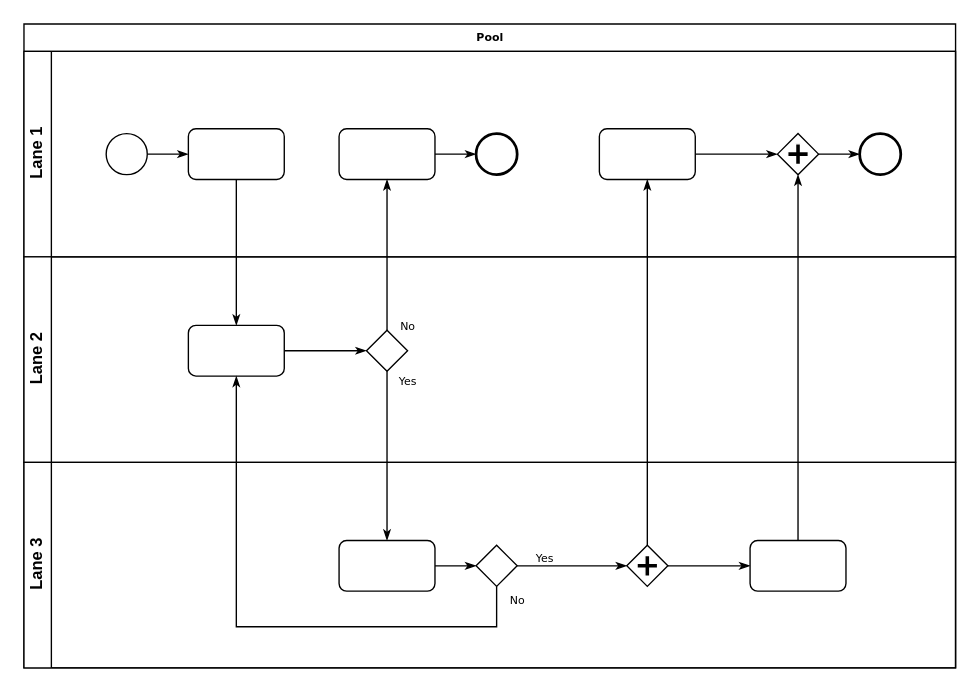
Before: dashboard/Untitled Diagram.drawio in JohannaRangel/FinalProject_YelpGoogleMaps, a draw.io diagram. Source tidied: cells renumbered, new cells numbered last; positions are measured from the earlier drawing's top-left corner, leaving out a move shared by most shapes. Both pictures are drawn from the tidied source at 137%, with x=0, y=0 at pixel (23, 23).
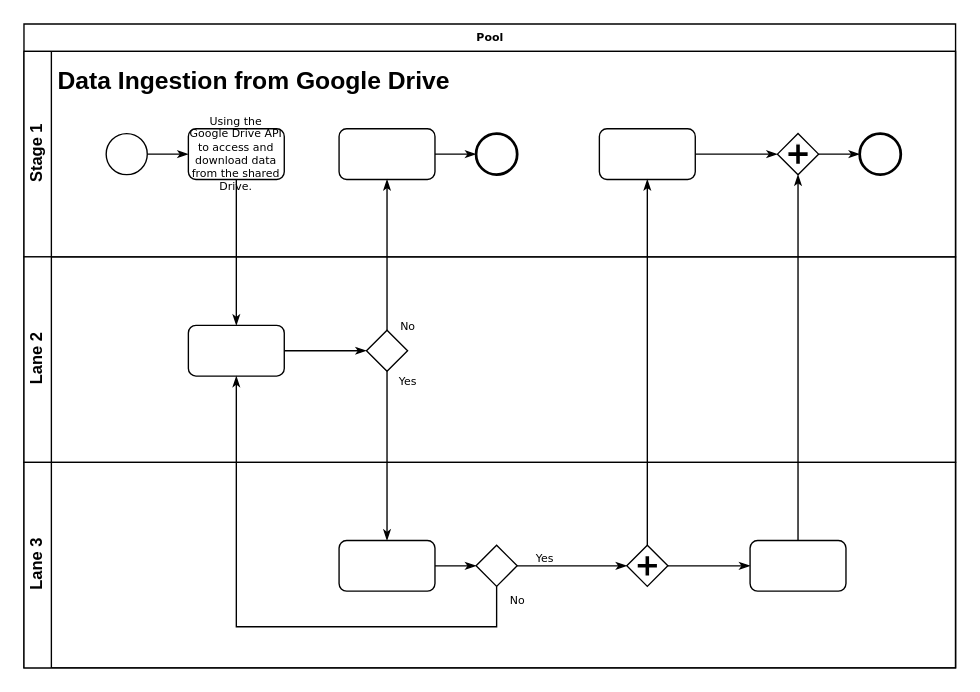
After the change.

The change refers to these unchanged cells:
```xml
<mxCell id="2" value="Pool" style="swimlane;html=1;horizontal=1;startSize=20;rounded=0;shadow=0;labelBackgroundColor=none;strokeWidth=1;fontFamily=Verdana;fontSize=8;align=center;" parent="1" vertex="1">
  <mxGeometry width="680" height="470" as="geometry" />
</mxCell>
```

Diff of the diagram source:
```diff
@@
-    <mxCell id="3" value="Lane 1" style="swimlane;html=1;startSize=20;horizontal=0;" parent="2" vertex="1">
+    <mxCell id="3" value="Stage 1" style="swimlane;html=1;startSize=20;horizontal=0;" parent="2" vertex="1">
       <mxGeometry y="20" width="680" height="150" as="geometry" />
     </mxCell>
@@
-    <mxCell id="6" style="rounded=1;whiteSpace=wrap;html=1;shadow=0;labelBackgroundColor=none;strokeWidth=1;fontFamily=Verdana;fontSize=8;align=center;" parent="3" vertex="1">
+    <mxCell id="6" value="Using the Google Drive API to access and download data from the shared Drive." style="rounded=1;whiteSpace=wrap;html=1;shadow=0;labelBackgroundColor=none;strokeWidth=1;fontFamily=Verdana;fontSize=8;align=center;" parent="3" vertex="1">
       <mxGeometry x="120" y="56.5" width="70" height="37" as="geometry" />
     </mxCell>
@@
+    <mxCell id="33" value="&lt;h1&gt;&lt;font style=&quot;font-size: 18px;&quot;&gt;Data Ingestion from Google Drive&lt;/font&gt;&lt;/h1&gt;" style="text;html=1;strokeColor=none;fillColor=none;spacing=5;spacingTop=-20;whiteSpace=wrap;overflow=hidden;rounded=0;" parent="3" vertex="1">
+      <mxGeometry x="20" width="410" height="40" as="geometry" />
+    </mxCell>
```
